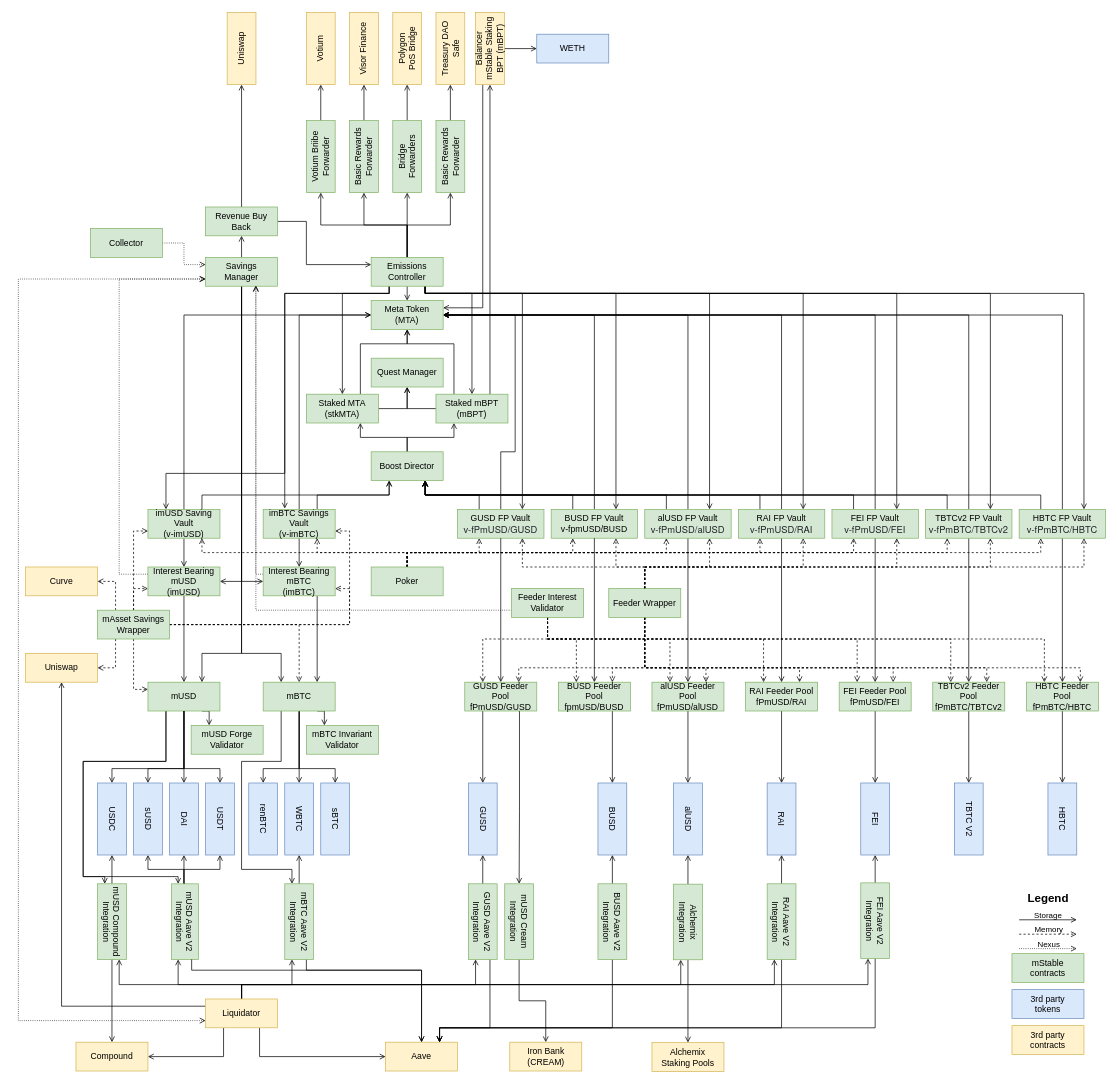
Above: page "Page-1" (1 of 2) of contracts/mStableLogicalContractDiagram.drawio in mstable/mStable-process-docs (draw.io), before the change. Source tidied: cells renumbered, new cells numbered last; positions are measured from the earlier drawing's top-left corner, leaving out a move shared by most shapes. Both pictures are drawn from the tidied source at 72%, with x=0, y=0 at pixel (18, 34).
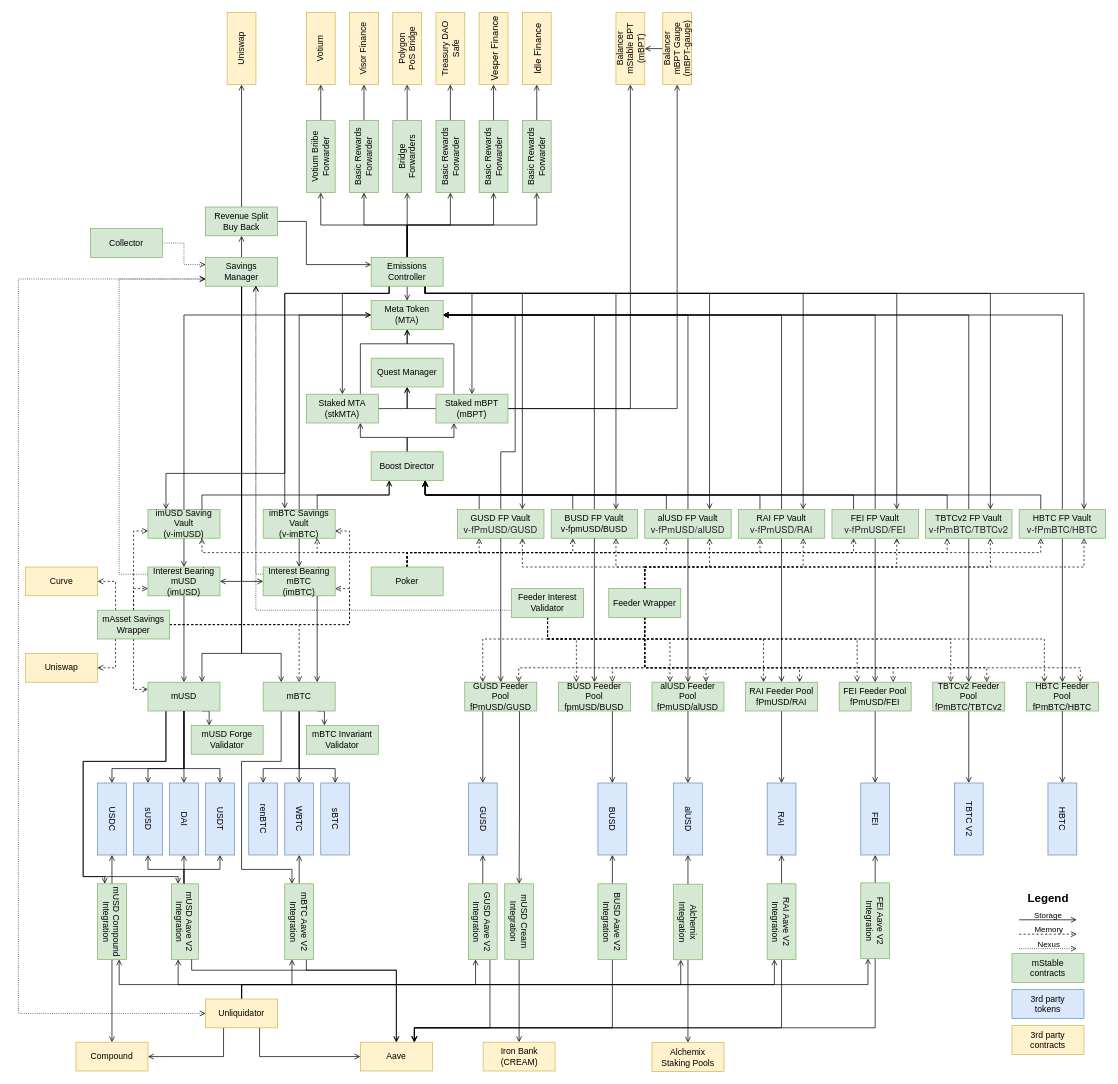
After the change.

Commit message (it also covers changes not shown here):
chore: Updated Mainnet and Polygon contract diagrams

Unchanged cells that the change refers to:
```xml
<mxCell id="7" value="Meta Token&lt;br&gt;(MTA)" style="whiteSpace=wrap;html=1;align=center;fillColor=#d5e8d4;strokeColor=#82b366;" parent="1" vertex="1">
  <mxGeometry x="490" y="370" width="100" height="40" as="geometry" />
</mxCell>
<mxCell id="60" value="Savings&lt;br&gt;Manager" style="whiteSpace=wrap;html=1;align=center;fillColor=#d5e8d4;strokeColor=#82b366;" parent="1" vertex="1">
  <mxGeometry x="260" y="310" width="100" height="40" as="geometry" />
</mxCell>
<mxCell id="66" value="mUSD Aave V2 Integration" style="whiteSpace=wrap;html=1;align=center;rotation=90;fillColor=#d5e8d4;strokeColor=#82b366;" parent="1" vertex="1">
  <mxGeometry x="178.8" y="1213.8" width="105" height="37.5" as="geometry" />
</mxCell>
<mxCell id="79" value="Emissions&lt;br&gt;Controller" style="whiteSpace=wrap;html=1;align=center;fillColor=#d5e8d4;strokeColor=#82b366;" parent="1" vertex="1">
  <mxGeometry x="490" y="310" width="100" height="40" as="geometry" />
</mxCell>
<mxCell id="112" value="Uniswap" style="whiteSpace=wrap;html=1;align=center;fillColor=#fff2cc;strokeColor=#d6b656;" parent="1" vertex="1">
  <mxGeometry x="10" y="860" width="100" height="40" as="geometry" />
</mxCell>
<mxCell id="118" value="GUSD Aave V2 Integration" style="whiteSpace=wrap;html=1;align=center;rotation=90;fillColor=#d5e8d4;strokeColor=#82b366;" parent="1" vertex="1">
  <mxGeometry x="592.5" y="1212.5" width="105" height="40" as="geometry" />
</mxCell>
<mxCell id="122" value="BUSD Aave V2 Integration" style="whiteSpace=wrap;html=1;align=center;rotation=90;fillColor=#d5e8d4;strokeColor=#82b366;" parent="1" vertex="1">
  <mxGeometry x="772.5" y="1212.5" width="105" height="40" as="geometry" />
</mxCell>
<mxCell id="173" value="mBTC Aave V2 Integration" style="whiteSpace=wrap;html=1;align=center;rotation=90;fillColor=#d5e8d4;strokeColor=#82b366;" parent="1" vertex="1">
  <mxGeometry x="337.5" y="1212.5" width="105" height="40" as="geometry" />
</mxCell>
<mxCell id="205" value="Staked mBPT&lt;br&gt;(mBPT)" style="whiteSpace=wrap;html=1;align=center;fillColor=#d5e8d4;strokeColor=#82b366;" parent="1" vertex="1">
  <mxGeometry x="580" y="500" width="100" height="40" as="geometry" />
</mxCell>
<mxCell id="223" value="RAI Aave V2 Integration" style="whiteSpace=wrap;html=1;align=center;rotation=90;fillColor=#d5e8d4;strokeColor=#82b366;" parent="1" vertex="1">
  <mxGeometry x="1007.5" y="1212.5" width="105" height="40" as="geometry" />
</mxCell>
<mxCell id="235" value="FEI Aave V2 Integration" style="whiteSpace=wrap;html=1;align=center;rotation=90;fillColor=#d5e8d4;strokeColor=#82b366;" parent="1" vertex="1">
  <mxGeometry x="1137.5" y="1211.2" width="105" height="40" as="geometry" />
</mxCell>
```

Change to the diagram source:
```diff
@@
     <mxCell id="61" value="Aave" style="whiteSpace=wrap;html=1;align=center;rotation=0;fillColor=#fff2cc;strokeColor=#d6b656;" parent="1" vertex="1">
-      <mxGeometry x="510" y="1400" width="100" height="40" as="geometry" />
+      <mxGeometry x="475" y="1400" width="100" height="40" as="geometry" />
     </mxCell>
@@
+    <mxCell id="246" style="edgeStyle=orthogonalEdgeStyle;rounded=0;jettySize=auto;html=1;exitX=0.5;exitY=0;exitDx=0;exitDy=0;entryX=0;entryY=0.5;entryDx=0;entryDy=0;endArrow=open;endFill=0;" parent="1" edge="1" source="79" target="251">
+      <mxGeometry relative="1" as="geometry" />
+    </mxCell>
+    <mxCell id="247" style="edgeStyle=orthogonalEdgeStyle;rounded=0;jettySize=auto;html=1;exitX=0.5;exitY=0;exitDx=0;exitDy=0;entryX=0;entryY=0.5;entryDx=0;entryDy=0;endArrow=open;endFill=0;" parent="1" edge="1" source="79" target="256">
+      <mxGeometry relative="1" as="geometry" />
+    </mxCell>
@@
     <mxCell id="85" style="edgeStyle=orthogonalEdgeStyle;rounded=0;jettySize=auto;html=1;exitX=1;exitY=0.25;exitDx=0;exitDy=0;endArrow=open;endFill=0;entryX=0.5;entryY=0;entryDx=0;entryDy=0;" parent="1" edge="1" source="66" target="61">
       <mxGeometry relative="1" as="geometry">
         <Array as="points">
-          <mxPoint x="240" y="1300" />
-          <mxPoint x="560" y="1300" />
+          <mxPoint x="241" y="1300" />
+          <mxPoint x="525" y="1300" />
         </Array>
       </mxGeometry>
     </mxCell>
@@
-    <mxCell id="91" style="edgeStyle=orthogonalEdgeStyle;rounded=0;jettySize=auto;html=1;exitX=0;exitY=0.25;exitDx=0;exitDy=0;endArrow=open;endFill=0;entryX=0.5;entryY=1;entryDx=0;entryDy=0;" parent="1" edge="1" source="101" target="112">
-      <mxGeometry relative="1" as="geometry">
-        <Array as="points">
-          <mxPoint x="60" y="1350" />
-        </Array>
-      </mxGeometry>
-    </mxCell>
@@
-    <mxCell id="96" style="edgeStyle=orthogonalEdgeStyle;rounded=0;jettySize=auto;html=1;exitX=0;exitY=0.75;exitDx=0;exitDy=0;entryX=0;entryY=0.75;entryDx=0;entryDy=0;dashed=1;dashPattern=1 2;endArrow=open;endFill=0;startArrow=open;startFill=0;" parent="1" edge="1" source="101" target="60">
+    <mxCell id="96" style="edgeStyle=orthogonalEdgeStyle;rounded=0;jettySize=auto;html=1;exitX=0;exitY=0.5;exitDx=0;exitDy=0;entryX=0;entryY=0.75;entryDx=0;entryDy=0;dashed=1;dashPattern=1 2;endArrow=open;endFill=0;startArrow=open;startFill=0;" parent="1" edge="1" source="101" target="60">
       <mxGeometry relative="1" as="geometry">
         <Array as="points">
-          <mxPoint y="1370" />
+          <mxPoint y="1360" />
           <mxPoint y="340" />
         </Array>
       </mxGeometry>
     </mxCell>
@@
-    <mxCell id="101" value="Liquidator" style="whiteSpace=wrap;html=1;align=center;rotation=0;fillColor=#fff2cc;strokeColor=#d6b656;" parent="1" vertex="1">
+    <mxCell id="101" value="Unliquidator" style="whiteSpace=wrap;html=1;align=center;rotation=0;fillColor=#fff2cc;strokeColor=#d6b656;" parent="1" vertex="1">
       <mxGeometry x="260" y="1340" width="100" height="40" as="geometry" />
     </mxCell>
@@
     <mxCell id="116" style="edgeStyle=orthogonalEdgeStyle;rounded=0;jettySize=auto;html=1;exitX=1;exitY=0.25;exitDx=0;exitDy=0;endArrow=open;endFill=0;entryX=0.75;entryY=0;entryDx=0;entryDy=0;" parent="1" edge="1" source="118" target="61">
       <mxGeometry relative="1" as="geometry">
         <Array as="points">
           <mxPoint x="655" y="1380" />
-          <mxPoint x="585" y="1380" />
+          <mxPoint x="550" y="1380" />
         </Array>
       </mxGeometry>
     </mxCell>
@@
     <mxCell id="120" style="edgeStyle=orthogonalEdgeStyle;rounded=0;jettySize=auto;html=1;exitX=1;exitY=0.5;exitDx=0;exitDy=0;endArrow=open;endFill=0;entryX=0.75;entryY=0;entryDx=0;entryDy=0;" parent="1" edge="1" source="122" target="61">
       <mxGeometry relative="1" as="geometry">
         <Array as="points">
           <mxPoint x="825" y="1380" />
-          <mxPoint x="585" y="1380" />
+          <mxPoint x="550" y="1380" />
         </Array>
       </mxGeometry>
     </mxCell>
@@
-    <mxCell id="163" value="Revenue Buy Back" style="whiteSpace=wrap;html=1;align=center;fillColor=#d5e8d4;strokeColor=#82b366;" parent="1" vertex="1">
+    <mxCell id="163" value="Revenue Split Buy Back" style="whiteSpace=wrap;html=1;align=center;fillColor=#d5e8d4;strokeColor=#82b366;" parent="1" vertex="1">
       <mxGeometry x="260" y="240" width="100" height="40" as="geometry" />
     </mxCell>
@@
     <mxCell id="169" value="Iron Bank (CREAM)" style="whiteSpace=wrap;html=1;align=center;rotation=0;fillColor=#fff2cc;strokeColor=#d6b656;" parent="1" vertex="1">
-      <mxGeometry x="682.5" y="1400" width="100" height="40" as="geometry" />
+      <mxGeometry x="645.5" y="1400" width="100" height="40" as="geometry" />
     </mxCell>
@@
     <mxCell id="172" style="edgeStyle=orthogonalEdgeStyle;rounded=0;jettySize=auto;html=1;exitX=1;exitY=0.25;exitDx=0;exitDy=0;endArrow=open;endFill=0;entryX=0.5;entryY=0;entryDx=0;entryDy=0;" parent="1" edge="1" source="173" target="61">
       <mxGeometry relative="1" as="geometry">
         <Array as="points">
           <mxPoint x="400" y="1300" />
-          <mxPoint x="560" y="1300" />
+          <mxPoint x="525" y="1300" />
         </Array>
       </mxGeometry>
     </mxCell>
@@
-    <mxCell id="204" style="edgeStyle=orthogonalEdgeStyle;rounded=0;jettySize=auto;html=1;exitX=0.75;exitY=0;exitDx=0;exitDy=0;endArrow=open;endFill=0;" parent="1" edge="1" source="205" target="209">
+    <mxCell id="204" style="edgeStyle=orthogonalEdgeStyle;rounded=0;jettySize=auto;html=1;exitX=1;exitY=0.5;exitDx=0;exitDy=0;endArrow=open;endFill=0;" parent="1" edge="1" source="205" target="209">
       <mxGeometry relative="1" as="geometry" />
     </mxCell>
+    <mxCell id="248" style="edgeStyle=orthogonalEdgeStyle;rounded=0;jettySize=auto;html=1;exitX=1;exitY=0.5;exitDx=0;exitDy=0;entryX=0;entryY=0.5;entryDx=0;entryDy=0;endArrow=open;endFill=0;" parent="1" edge="1" source="205" target="253">
+      <mxGeometry relative="1" as="geometry" />
+    </mxCell>
@@
-    <mxCell id="207" style="edgeStyle=orthogonalEdgeStyle;rounded=0;jettySize=auto;html=1;exitX=0;exitY=0.25;exitDx=0;exitDy=0;entryX=1;entryY=0.25;entryDx=0;entryDy=0;endArrow=open;endFill=0;" parent="1" edge="1" source="209" target="7">
-      <mxGeometry relative="1" as="geometry" />
-    </mxCell>
-    <mxCell id="208" style="edgeStyle=orthogonalEdgeStyle;rounded=0;jettySize=auto;html=1;exitX=0.5;exitY=1;exitDx=0;exitDy=0;entryX=0;entryY=0.5;entryDx=0;entryDy=0;endArrow=open;endFill=0;" parent="1" edge="1" source="209" target="210">
-      <mxGeometry relative="1" as="geometry" />
-    </mxCell>
-    <mxCell id="209" value="Balancer&lt;br&gt;mStable Staking BPT (mBPT)" style="whiteSpace=wrap;html=1;align=center;rotation=-90;fillColor=#fff2cc;strokeColor=#d6b656;" parent="1" vertex="1">
-      <mxGeometry x="605" width="100" height="40" as="geometry" />
+    <mxCell id="209" value="Balancer&lt;br&gt;mStable BPT (mBPT)" style="whiteSpace=wrap;html=1;align=center;rotation=-90;fillColor=#fff2cc;strokeColor=#d6b656;" parent="1" vertex="1">
+      <mxGeometry x="800" width="100" height="40" as="geometry" />
     </mxCell>
-    <mxCell id="210" value="WETH" style="whiteSpace=wrap;html=1;align=center;rotation=0;fillColor=#dae8fc;strokeColor=#6c8ebf;" parent="1" vertex="1">
-      <mxGeometry x="720" width="100" height="40" as="geometry" />
-    </mxCell>
@@
     <mxCell id="222" style="edgeStyle=orthogonalEdgeStyle;rounded=0;jettySize=auto;html=1;exitX=1;exitY=0.5;exitDx=0;exitDy=0;entryX=0.75;entryY=0;entryDx=0;entryDy=0;endArrow=open;endFill=0;" parent="1" edge="1" source="223" target="61">
       <mxGeometry relative="1" as="geometry">
         <Array as="points">
           <mxPoint x="1060" y="1380" />
-          <mxPoint x="585" y="1380" />
+          <mxPoint x="550" y="1380" />
         </Array>
       </mxGeometry>
     </mxCell>
@@
     <mxCell id="233" style="edgeStyle=orthogonalEdgeStyle;rounded=0;jettySize=auto;html=1;exitX=1;exitY=0.5;exitDx=0;exitDy=0;endArrow=open;endFill=0;entryX=0.75;entryY=0;entryDx=0;entryDy=0;" parent="1" edge="1" source="235" target="61">
       <mxGeometry relative="1" as="geometry">
         <Array as="points">
           <mxPoint x="1190" y="1380" />
-          <mxPoint x="585" y="1380" />
+          <mxPoint x="550" y="1380" />
         </Array>
       </mxGeometry>
     </mxCell>
@@
+    <mxCell id="249" value="&lt;p class=&quot;p1&quot; style=&quot;margin: 0px ; font-stretch: normal ; font-size: 13px ; line-height: normal ; font-family: &amp;#34;helvetica neue&amp;#34;&quot;&gt;Vesper Finance&lt;/p&gt;" style="whiteSpace=wrap;html=1;align=center;rotation=-90;fillColor=#fff2cc;strokeColor=#d6b656;" parent="1" vertex="1">
+      <mxGeometry x="610" width="100" height="40" as="geometry" />
+    </mxCell>
+    <mxCell id="250" style="edgeStyle=orthogonalEdgeStyle;rounded=0;jettySize=auto;html=1;exitX=1;exitY=0.5;exitDx=0;exitDy=0;entryX=0;entryY=0.5;entryDx=0;entryDy=0;endArrow=open;endFill=0;" parent="1" edge="1" source="251" target="249">
+      <mxGeometry relative="1" as="geometry" />
+    </mxCell>
+    <mxCell id="251" value="Basic Rewards Forwarder" style="whiteSpace=wrap;html=1;align=center;rotation=-90;fillColor=#d5e8d4;strokeColor=#82b366;" parent="1" vertex="1">
+      <mxGeometry x="610" y="150" width="100" height="40" as="geometry" />
+    </mxCell>
+    <mxCell id="252" style="edgeStyle=orthogonalEdgeStyle;rounded=0;jettySize=auto;html=1;exitX=0.5;exitY=0;exitDx=0;exitDy=0;entryX=0.5;entryY=1;entryDx=0;entryDy=0;endArrow=open;endFill=0;" parent="1" edge="1" source="253" target="209">
+      <mxGeometry relative="1" as="geometry" />
+    </mxCell>
+    <mxCell id="253" value="Balancer&lt;br&gt;mBPT Gauge (mBPT-gauge)" style="whiteSpace=wrap;html=1;align=center;rotation=-90;fillColor=#fff2cc;strokeColor=#d6b656;" parent="1" vertex="1">
+      <mxGeometry x="865" width="100" height="40" as="geometry" />
+    </mxCell>
+    <mxCell id="254" value="&lt;p class=&quot;p1&quot; style=&quot;margin: 0px ; font-stretch: normal ; font-size: 13px ; line-height: normal ; font-family: &amp;#34;helvetica neue&amp;#34;&quot;&gt;Idle Finance&lt;/p&gt;" style="whiteSpace=wrap;html=1;align=center;rotation=-90;fillColor=#fff2cc;strokeColor=#d6b656;" parent="1" vertex="1">
+      <mxGeometry x="670" width="100" height="40" as="geometry" />
+    </mxCell>
+    <mxCell id="255" style="edgeStyle=orthogonalEdgeStyle;rounded=0;jettySize=auto;html=1;exitX=1;exitY=0.5;exitDx=0;exitDy=0;entryX=0;entryY=0.5;entryDx=0;entryDy=0;endArrow=open;endFill=0;" parent="1" edge="1" source="256" target="254">
+      <mxGeometry relative="1" as="geometry" />
+    </mxCell>
+    <mxCell id="256" value="Basic Rewards Forwarder" style="whiteSpace=wrap;html=1;align=center;rotation=-90;fillColor=#d5e8d4;strokeColor=#82b366;" parent="1" vertex="1">
+      <mxGeometry x="670" y="150" width="100" height="40" as="geometry" />
+    </mxCell>
```
